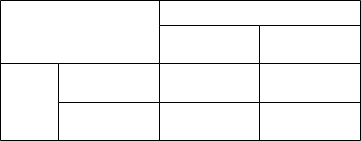
The draw.io diagram 修論/images/Confusion_Matrix.drawio.png in dora937nishikori/investigation, before a commit. Source tidied: cells renumbered, new cells last; positions are measured from the earlier drawing's top-left corner, leaving out a move shared by most shapes. Source of this version:
```xml
<mxGraphModel>
  <root>
    <mxCell id="0" />
    <mxCell id="1" parent="0" />
    <mxCell id="2" style="shape=table;startSize=0;" parent="1" vertex="1">
      <mxGeometry width="360" height="140" as="geometry" />
    </mxCell>
    <mxCell id="3" style="shape=tableRow;horizontal=0;startSize=0;swimlaneHead=0;swimlaneBody=0;top=0;left=0;bottom=0;right=0;fillColor=none;" parent="2" vertex="1">
      <mxGeometry width="360" height="25" as="geometry" />
    </mxCell>
    <mxCell id="4" style="shape=partialRectangle;html=1;whiteSpace=wrap;overflow=hidden;fillColor=none;top=0;left=0;bottom=0;right=0;colspan=2;rowspan=2;" parent="3" vertex="1">
      <mxGeometry width="159" height="63" as="geometry" />
    </mxCell>
    <mxCell id="5" style="shape=partialRectangle;html=1;whiteSpace=wrap;overflow=hidden;fillColor=none;top=0;left=0;bottom=0;right=0;colspan=2;" parent="3" vertex="1">
      <mxGeometry x="159" width="201" height="25" as="geometry" />
    </mxCell>
    <mxCell id="6" style="shape=tableRow;horizontal=0;startSize=0;swimlaneHead=0;swimlaneBody=0;top=0;left=0;bottom=0;right=0;fillColor=none;" parent="2" vertex="1">
      <mxGeometry y="25" width="360" height="38" as="geometry" />
    </mxCell>
    <mxCell id="7" style="shape=partialRectangle;html=1;whiteSpace=wrap;overflow=hidden;fillColor=none;top=0;left=0;bottom=0;right=0;" parent="6" vertex="1">
      <mxGeometry x="159" width="100" height="38" as="geometry" />
    </mxCell>
    <mxCell id="8" style="shape=partialRectangle;html=1;whiteSpace=wrap;overflow=hidden;fillColor=none;top=0;left=0;bottom=0;right=0;" parent="6" vertex="1">
      <mxGeometry x="259" width="101" height="38" as="geometry" />
    </mxCell>
    <mxCell id="9" style="shape=tableRow;horizontal=0;startSize=0;swimlaneHead=0;swimlaneBody=0;top=0;left=0;bottom=0;right=0;fillColor=none;" parent="2" vertex="1">
      <mxGeometry y="63" width="360" height="39" as="geometry" />
    </mxCell>
    <mxCell id="10" style="shape=partialRectangle;html=1;whiteSpace=wrap;overflow=hidden;fillColor=none;top=0;left=0;bottom=0;right=0;rowspan=2;" parent="9" vertex="1">
      <mxGeometry width="58" height="77" as="geometry" />
    </mxCell>
    <mxCell id="11" style="shape=partialRectangle;html=1;whiteSpace=wrap;overflow=hidden;fillColor=none;top=0;left=0;bottom=0;right=0;" parent="9" vertex="1">
      <mxGeometry x="58" width="101" height="39" as="geometry" />
    </mxCell>
    <mxCell id="12" style="shape=partialRectangle;html=1;whiteSpace=wrap;overflow=hidden;fillColor=none;top=0;left=0;bottom=0;right=0;" parent="9" vertex="1">
      <mxGeometry x="159" width="100" height="39" as="geometry" />
    </mxCell>
    <mxCell id="13" style="shape=partialRectangle;html=1;whiteSpace=wrap;overflow=hidden;fillColor=none;top=0;left=0;bottom=0;right=0;" parent="9" vertex="1">
      <mxGeometry x="259" width="101" height="39" as="geometry" />
    </mxCell>
    <mxCell id="14" style="shape=tableRow;horizontal=0;startSize=0;swimlaneHead=0;swimlaneBody=0;top=0;left=0;bottom=0;right=0;fillColor=none;" parent="2" vertex="1">
      <mxGeometry y="102" width="360" height="38" as="geometry" />
    </mxCell>
    <mxCell id="15" style="shape=partialRectangle;html=1;whiteSpace=wrap;overflow=hidden;fillColor=none;top=0;left=0;bottom=0;right=0;" parent="14" vertex="1">
      <mxGeometry x="58" width="101" height="38" as="geometry" />
    </mxCell>
    <mxCell id="16" style="shape=partialRectangle;html=1;whiteSpace=wrap;overflow=hidden;fillColor=none;top=0;left=0;bottom=0;right=0;" parent="14" vertex="1">
      <mxGeometry x="159" width="100" height="38" as="geometry" />
    </mxCell>
    <mxCell id="17" style="shape=partialRectangle;html=1;whiteSpace=wrap;overflow=hidden;fillColor=none;top=0;left=0;bottom=0;right=0;" parent="14" vertex="1">
      <mxGeometry x="259" width="101" height="38" as="geometry" />
    </mxCell>
  </root>
</mxGraphModel>
```
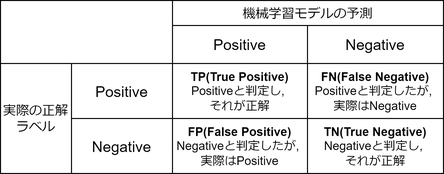
After the commit.

What changed in the source:
```diff
@@ -3,52 +3,52 @@
     <mxCell id="0" />
     <mxCell id="1" parent="0" />
     <mxCell id="2" style="shape=table;startSize=0;" parent="1" vertex="1">
-      <mxGeometry width="360" height="140" as="geometry" />
+      <mxGeometry width="443" height="173" as="geometry" />
     </mxCell>
     <mxCell id="3" style="shape=tableRow;horizontal=0;startSize=0;swimlaneHead=0;swimlaneBody=0;top=0;left=0;bottom=0;right=0;fillColor=none;" parent="2" vertex="1">
-      <mxGeometry width="360" height="25" as="geometry" />
+      <mxGeometry width="443" height="25" as="geometry" />
     </mxCell>
     <mxCell id="4" style="shape=partialRectangle;html=1;whiteSpace=wrap;overflow=hidden;fillColor=none;top=0;left=0;bottom=0;right=0;colspan=2;rowspan=2;" parent="3" vertex="1">
-      <mxGeometry width="159" height="63" as="geometry" />
+      <mxGeometry width="172" height="63" as="geometry" />
     </mxCell>
-    <mxCell id="5" style="shape=partialRectangle;html=1;whiteSpace=wrap;overflow=hidden;fillColor=none;top=0;left=0;bottom=0;right=0;colspan=2;" parent="3" vertex="1">
-      <mxGeometry x="159" width="201" height="25" as="geometry" />
+    <mxCell id="5" value="機械学習モデルの予測" style="shape=partialRectangle;html=1;whiteSpace=wrap;overflow=hidden;fillColor=none;top=0;left=0;bottom=0;right=0;colspan=2;fontSize=13;" parent="3" vertex="1">
+      <mxGeometry x="172" width="271" height="25" as="geometry" />
     </mxCell>
     <mxCell id="6" style="shape=tableRow;horizontal=0;startSize=0;swimlaneHead=0;swimlaneBody=0;top=0;left=0;bottom=0;right=0;fillColor=none;" parent="2" vertex="1">
-      <mxGeometry y="25" width="360" height="38" as="geometry" />
+      <mxGeometry y="25" width="443" height="38" as="geometry" />
     </mxCell>
-    <mxCell id="7" style="shape=partialRectangle;html=1;whiteSpace=wrap;overflow=hidden;fillColor=none;top=0;left=0;bottom=0;right=0;" parent="6" vertex="1">
-      <mxGeometry x="159" width="100" height="38" as="geometry" />
+    <mxCell id="7" value="&lt;font style=&quot;font-size: 15px;&quot;&gt;Positive&lt;/font&gt;" style="shape=partialRectangle;html=1;whiteSpace=wrap;overflow=hidden;fillColor=none;top=0;left=0;bottom=0;right=0;" parent="6" vertex="1">
+      <mxGeometry x="172" width="135" height="38" as="geometry" />
     </mxCell>
-    <mxCell id="8" style="shape=partialRectangle;html=1;whiteSpace=wrap;overflow=hidden;fillColor=none;top=0;left=0;bottom=0;right=0;" parent="6" vertex="1">
-      <mxGeometry x="259" width="101" height="38" as="geometry" />
+    <mxCell id="8" value="Negative" style="shape=partialRectangle;html=1;whiteSpace=wrap;overflow=hidden;fillColor=none;top=0;left=0;bottom=0;right=0;fontSize=15;" parent="6" vertex="1">
+      <mxGeometry x="307" width="136" height="38" as="geometry" />
     </mxCell>
     <mxCell id="9" style="shape=tableRow;horizontal=0;startSize=0;swimlaneHead=0;swimlaneBody=0;top=0;left=0;bottom=0;right=0;fillColor=none;" parent="2" vertex="1">
-      <mxGeometry y="63" width="360" height="39" as="geometry" />
+      <mxGeometry y="63" width="443" height="55" as="geometry" />
     </mxCell>
-    <mxCell id="10" style="shape=partialRectangle;html=1;whiteSpace=wrap;overflow=hidden;fillColor=none;top=0;left=0;bottom=0;right=0;rowspan=2;" parent="9" vertex="1">
-      <mxGeometry width="58" height="77" as="geometry" />
+    <mxCell id="10" value="実際の正解ラベル" style="shape=partialRectangle;html=1;whiteSpace=wrap;overflow=hidden;fillColor=none;top=0;left=0;bottom=0;right=0;rowspan=2;fontSize=13;" parent="9" vertex="1">
+      <mxGeometry width="71" height="110" as="geometry" />
     </mxCell>
-    <mxCell id="11" style="shape=partialRectangle;html=1;whiteSpace=wrap;overflow=hidden;fillColor=none;top=0;left=0;bottom=0;right=0;" parent="9" vertex="1">
-      <mxGeometry x="58" width="101" height="39" as="geometry" />
+    <mxCell id="11" value="Positive" style="shape=partialRectangle;html=1;whiteSpace=wrap;overflow=hidden;fillColor=none;top=0;left=0;bottom=0;right=0;fontSize=15;" parent="9" vertex="1">
+      <mxGeometry x="71" width="101" height="55" as="geometry" />
     </mxCell>
-    <mxCell id="12" style="shape=partialRectangle;html=1;whiteSpace=wrap;overflow=hidden;fillColor=none;top=0;left=0;bottom=0;right=0;" parent="9" vertex="1">
-      <mxGeometry x="159" width="100" height="39" as="geometry" />
+    <mxCell id="12" value="&lt;b&gt;TP(True Positive)&lt;/b&gt;&lt;br&gt;Positiveと判定し,&amp;nbsp;&lt;br&gt;それが正解" style="shape=partialRectangle;html=1;whiteSpace=wrap;overflow=hidden;fillColor=none;top=0;left=0;bottom=0;right=0;" parent="9" vertex="1">
+      <mxGeometry x="172" width="135" height="55" as="geometry" />
     </mxCell>
-    <mxCell id="13" style="shape=partialRectangle;html=1;whiteSpace=wrap;overflow=hidden;fillColor=none;top=0;left=0;bottom=0;right=0;" parent="9" vertex="1">
-      <mxGeometry x="259" width="101" height="39" as="geometry" />
+    <mxCell id="13" value="&lt;b&gt;FN(False Negative)&lt;/b&gt;&lt;br&gt;Positiveと判定したが,&amp;nbsp;&lt;br&gt;実際はNegative" style="shape=partialRectangle;html=1;whiteSpace=wrap;overflow=hidden;fillColor=none;top=0;left=0;bottom=0;right=0;" parent="9" vertex="1">
+      <mxGeometry x="307" width="136" height="55" as="geometry" />
     </mxCell>
     <mxCell id="14" style="shape=tableRow;horizontal=0;startSize=0;swimlaneHead=0;swimlaneBody=0;top=0;left=0;bottom=0;right=0;fillColor=none;" parent="2" vertex="1">
-      <mxGeometry y="102" width="360" height="38" as="geometry" />
+      <mxGeometry y="118" width="443" height="55" as="geometry" />
     </mxCell>
-    <mxCell id="15" style="shape=partialRectangle;html=1;whiteSpace=wrap;overflow=hidden;fillColor=none;top=0;left=0;bottom=0;right=0;" parent="14" vertex="1">
-      <mxGeometry x="58" width="101" height="38" as="geometry" />
+    <mxCell id="15" value="Negative" style="shape=partialRectangle;html=1;whiteSpace=wrap;overflow=hidden;fillColor=none;top=0;left=0;bottom=0;right=0;fontSize=15;" parent="14" vertex="1">
+      <mxGeometry x="71" width="101" height="55" as="geometry" />
     </mxCell>
-    <mxCell id="16" style="shape=partialRectangle;html=1;whiteSpace=wrap;overflow=hidden;fillColor=none;top=0;left=0;bottom=0;right=0;" parent="14" vertex="1">
-      <mxGeometry x="159" width="100" height="38" as="geometry" />
+    <mxCell id="16" value="&lt;b&gt;FP(False Positive)&lt;/b&gt;&lt;br&gt;Negativeと判定したが,&amp;nbsp;&lt;br&gt;実際はPositive" style="shape=partialRectangle;html=1;whiteSpace=wrap;overflow=hidden;fillColor=none;top=0;left=0;bottom=0;right=0;" parent="14" vertex="1">
+      <mxGeometry x="172" width="135" height="55" as="geometry" />
     </mxCell>
-    <mxCell id="17" style="shape=partialRectangle;html=1;whiteSpace=wrap;overflow=hidden;fillColor=none;top=0;left=0;bottom=0;right=0;" parent="14" vertex="1">
-      <mxGeometry x="259" width="101" height="38" as="geometry" />
+    <mxCell id="17" value="&lt;b&gt;TN(True Negative)&lt;/b&gt;&lt;br style=&quot;font-size: 12px;&quot;&gt;Negativeと判定し,&amp;nbsp;&lt;br style=&quot;font-size: 12px;&quot;&gt;それが正解" style="shape=partialRectangle;html=1;whiteSpace=wrap;overflow=hidden;fillColor=none;top=0;left=0;bottom=0;right=0;fontSize=12;" parent="14" vertex="1">
+      <mxGeometry x="307" width="136" height="55" as="geometry" />
     </mxCell>
   </root>
 </mxGraphModel>
```
